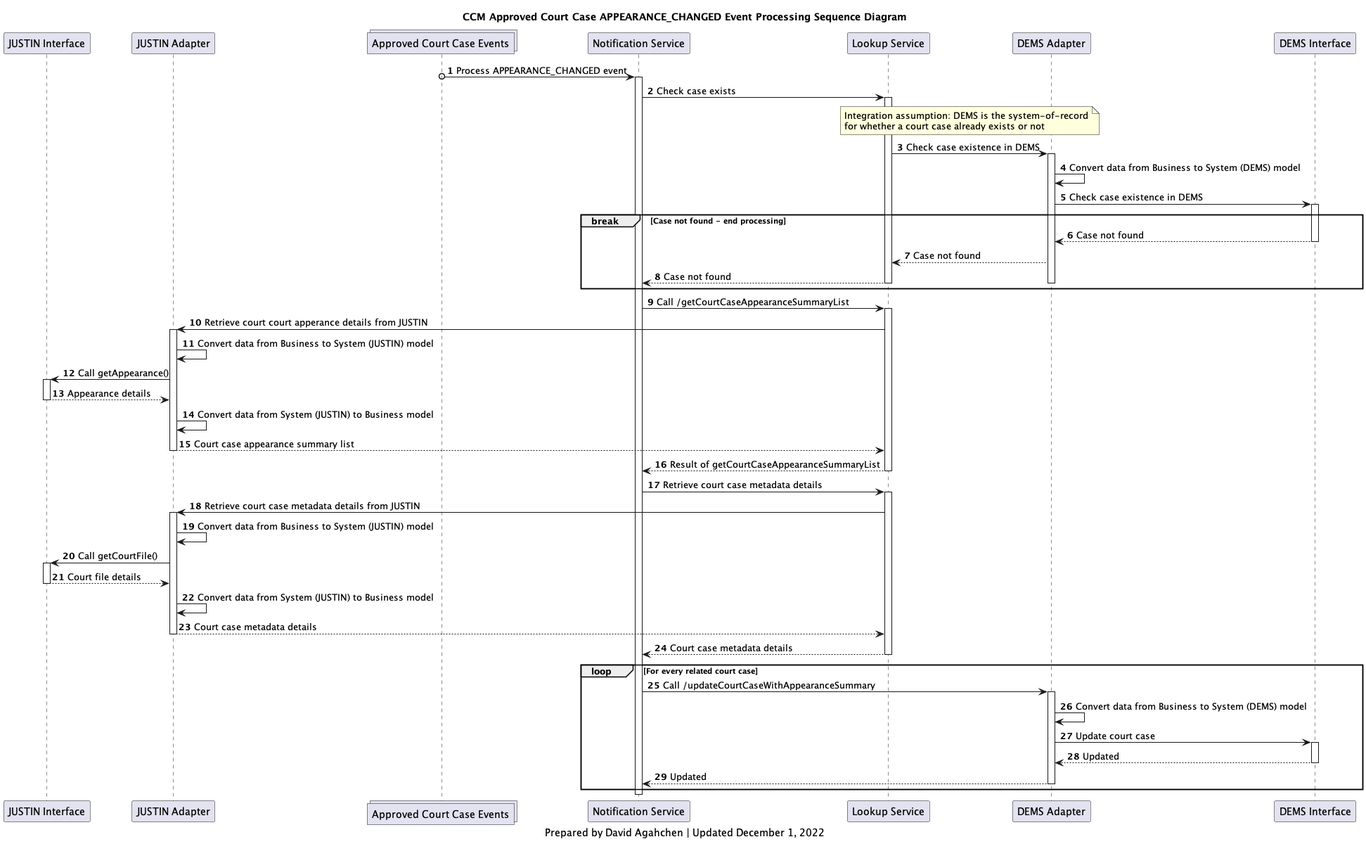
Above: diagrams/img/ccm_approved_cort_case_appearance_changed_processing_sqeuencing_diagram.png in bcgov/jpss-jade-ccm (PlantUML), before the change. Source of this version:
```plantuml
@startuml

participant j_interface as "JUSTIN Interface"
participant j_adapter as "JUSTIN Adapter"
collections approved_court_cases_topic as "Approved Court Case Events"
participant notification_service as "Notification Service"
participant lookup_service as "Lookup Service"
participant d_adapter as "DEMS Adapter"
participant d_interface as "DEMS Interface"

title
CCM Approved Court Case APPEARANCE_CHANGED Event Processing Sequence Diagram
end title

autonumber

approved_court_cases_topic o-> notification_service: Process APPEARANCE_CHANGED event
activate notification_service

notification_service -> lookup_service: Check case exists
activate lookup_service
note over lookup_service, d_adapter
Integration assumption: DEMS is the system-of-record
for whether a court case already exists or not
end note
lookup_service -> d_adapter: Check case existence in DEMS
activate d_adapter
d_adapter -> d_adapter: Convert data from Business to System (DEMS) model
d_adapter -> d_interface: Check case existence in DEMS
activate d_interface

break Case not found - end processing
d_interface --> d_adapter: Case not found
deactivate d_interface
d_adapter --> lookup_service: Case not found
lookup_service --> notification_service: Case not found
deactivate lookup_service
deactivate d_adapter
end break

notification_service -> lookup_service: Call /getCourtCaseAppearanceSummaryList
activate lookup_service
lookup_service -> j_adapter: Retrieve court court apperance details from JUSTIN

activate j_adapter
j_adapter -> j_adapter: Convert data from Business to System (JUSTIN) model
j_adapter -> j_interface: Call getAppearance()
activate j_interface
j_interface --> j_adapter: Appearance details
deactivate j_interface
j_adapter -> j_adapter: Convert data from System (JUSTIN) to Business model
j_adapter --> lookup_service: Court case appearance summary list
deactivate j_adapter

lookup_service --> notification_service: Result of getCourtCaseAppearanceSummaryList
deactivate lookup_service

notification_service -> lookup_service: Retrieve court case metadata details
activate lookup_service
lookup_service -> j_adapter: Retrieve court case metadata details from JUSTIN

activate j_adapter
j_adapter -> j_adapter: Convert data from Business to System (JUSTIN) model
j_adapter -> j_interface: Call getCourtFile()
activate j_interface
j_interface --> j_adapter: Court file details
deactivate j_interface
j_adapter -> j_adapter: Convert data from System (JUSTIN) to Business model
j_adapter --> lookup_service: Court case metadata details
deactivate j_adapter

lookup_service --> notification_service: Court case metadata details
deactivate lookup_service

loop For every related court case
    notification_service -> d_adapter: Call /updateCourtCaseWithAppearanceSummary
    activate d_adapter

    d_adapter -> d_adapter: Convert data from Business to System (DEMS) model

    d_adapter -> d_interface: Update court case
    activate d_interface

    d_interface --> d_adapter: Updated
    deactivate d_interface

    d_adapter --> notification_service: Updated
    deactivate d_adapter

end

deactivate notification_service

caption
Prepared by David Agahchen | Updated December 1, 2022
end caption
@enduml
```
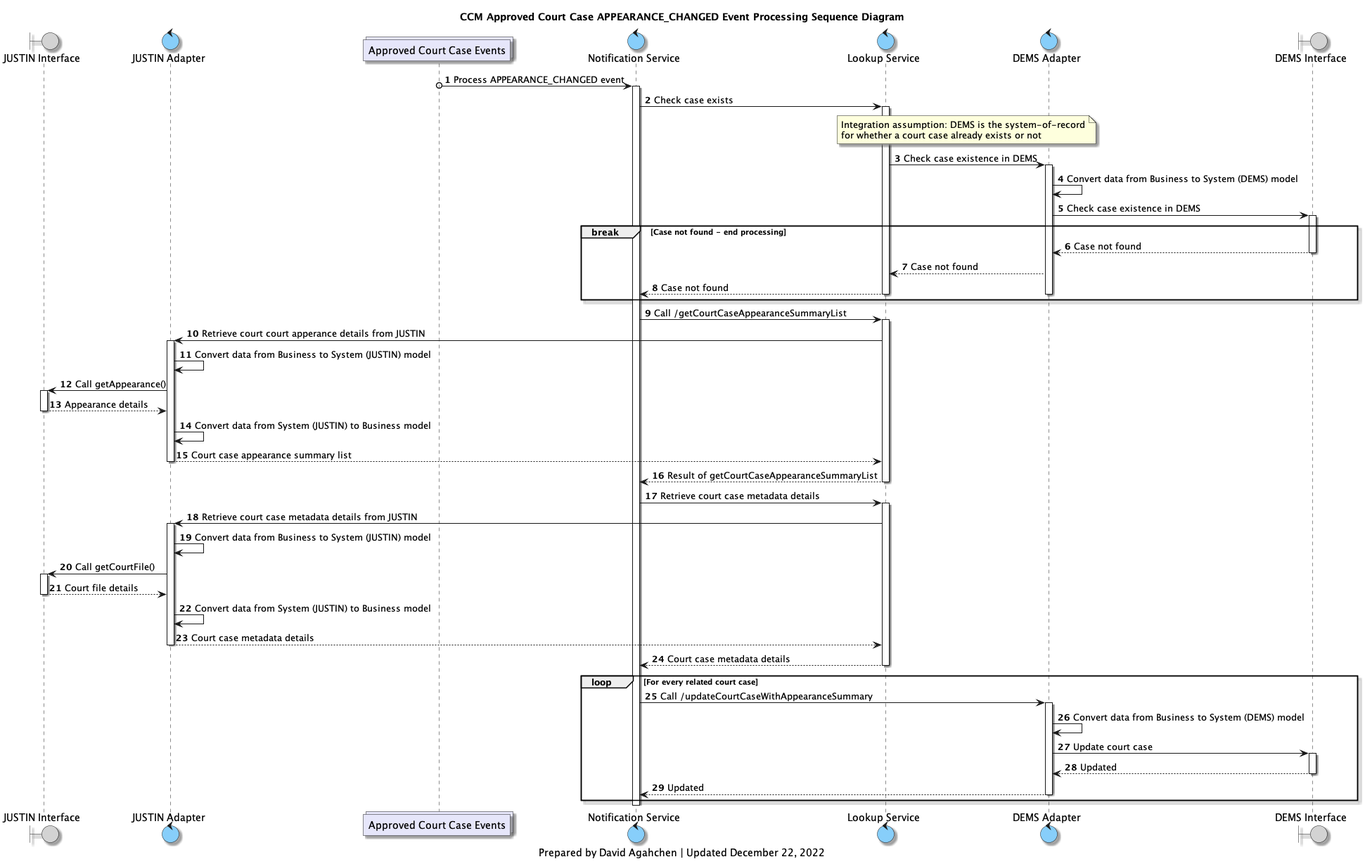
Above is the later version.

Change to the diagram source:
```diff
@@ -1,12 +1,18 @@
 @startuml
 
-participant j_interface as "JUSTIN Interface"
-participant j_adapter as "JUSTIN Adapter"
+skinparam Shadowing true
+skinparam CollectionsBackgroundColor Lavender
+skinparam ControlBackgroundColor LightSkyBlue
+skinparam BoundaryBackgroundColor LightGrey
+
+
+boundary j_interface as "JUSTIN Interface"
+control j_adapter as "JUSTIN Adapter"
 collections approved_court_cases_topic as "Approved Court Case Events"
-participant notification_service as "Notification Service"
-participant lookup_service as "Lookup Service"
-participant d_adapter as "DEMS Adapter"
-participant d_interface as "DEMS Interface"
+control notification_service as "Notification Service"
+control lookup_service as "Lookup Service"
+control d_adapter as "DEMS Adapter"
+boundary d_interface as "DEMS Interface"
 
 title
 CCM Approved Court Case APPEARANCE_CHANGED Event Processing Sequence Diagram
@@ -92,6 +98,6 @@
 deactivate notification_service
 
 caption
-Prepared by David Agahchen | Updated December 1, 2022
+Prepared by David Agahchen | Updated December 22, 2022
 end caption
 @enduml
```
